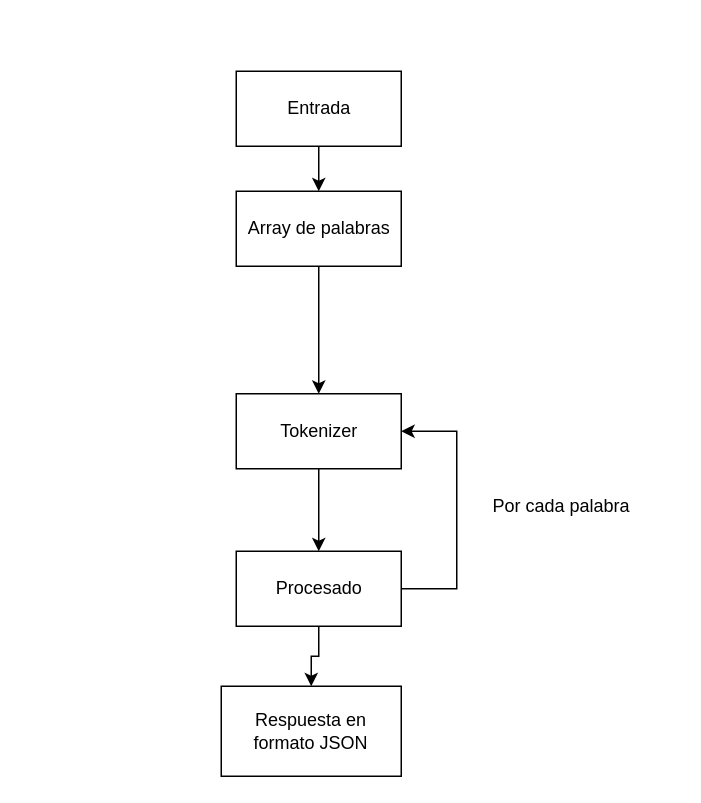
Before: Documentación/Imagenes/Bitmap/Diagramas/caracPala.drawio in NILGroup/TFG-1819-PictoTexto, a draw.io diagram. Source tidied: cells renumbered, new cells numbered last; positions are measured from the earlier drawing's top-left corner, leaving out a move shared by most shapes. Both pictures are drawn from the tidied source at 150%, with x=0, y=0 at pixel (220, 70).
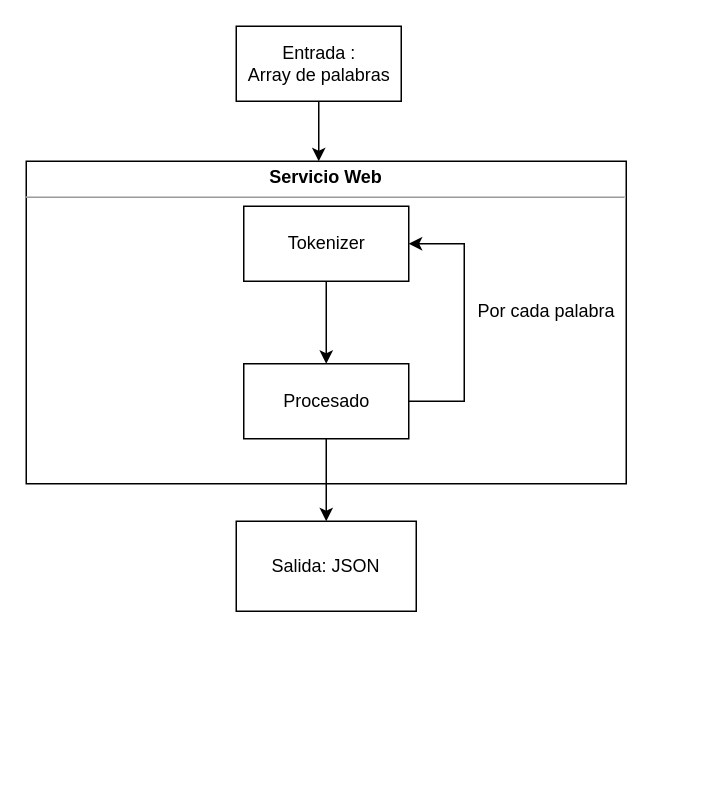
After the change.

Commit message (it also covers changes not shown here):
Diagrams changes and introduction, arquitecture chapters

What changed in the source:
```diff
@@
 <mxGraphModel>
   <root>
     <mxCell id="0" />
     <mxCell id="1" parent="0" />
-    <mxCell id="2" style="edgeStyle=orthogonalEdgeStyle;rounded=0;jettySize=auto;html=1;entryX=0.5;entryY=0;entryDx=0;entryDy=0;" parent="1" edge="1" source="3" target="5">
-      <mxGeometry relative="1" as="geometry" />
+    <mxCell id="2" style="edgeStyle=orthogonalEdgeStyle;rounded=0;jettySize=auto;html=1;" parent="1" edge="1" source="3">
+      <mxGeometry relative="1" as="geometry">
+        <mxPoint x="65" y="60" as="targetPoint" />
+      </mxGeometry>
     </mxCell>
-    <mxCell id="3" value="Entrada&lt;br&gt;" style="html=1;" parent="1" vertex="1">
-      <mxGeometry x="10" width="110" height="50" as="geometry" />
+    <mxCell id="3" value="Entrada :&lt;br&gt;Array de palabras&lt;br&gt;" style="html=1;" parent="1" vertex="1">
+      <mxGeometry x="10" y="-30" width="110" height="50" as="geometry" />
     </mxCell>
-    <mxCell id="4" style="edgeStyle=orthogonalEdgeStyle;rounded=0;jettySize=auto;html=1;" parent="1" edge="1" source="5" target="7">
-      <mxGeometry relative="1" as="geometry" />
-    </mxCell>
-    <mxCell id="5" value="Array de palabras" style="html=1;" parent="1" vertex="1">
-      <mxGeometry x="10" y="80" width="110" height="50" as="geometry" />
-    </mxCell>
-    <mxCell id="6" value="Respuesta en formato JSON" style="rounded=0;whiteSpace=wrap;html=1;" parent="1" vertex="1">
-      <mxGeometry y="410" width="120" height="60" as="geometry" />
+    <mxCell id="6" value="Salida: JSON" style="rounded=0;whiteSpace=wrap;html=1;" parent="1" vertex="1">
+      <mxGeometry x="10" y="300" width="120" height="60" as="geometry" />
     </mxCell>
     <mxCell id="7" value="Tokenizer&lt;br&gt;" style="html=1;" parent="1" vertex="1">
-      <mxGeometry x="10" y="215" width="110" height="50" as="geometry" />
+      <mxGeometry x="15" y="90" width="110" height="50" as="geometry" />
     </mxCell>
     <mxCell id="8" style="edgeStyle=orthogonalEdgeStyle;rounded=0;jettySize=auto;html=1;exitX=0.5;exitY=1;exitDx=0;exitDy=0;entryX=0.5;entryY=0;entryDx=0;entryDy=0;" parent="1" edge="1" source="10" target="6">
       <mxGeometry relative="1" as="geometry" />
     </mxCell>
     <mxCell id="9" style="edgeStyle=orthogonalEdgeStyle;rounded=0;jettySize=auto;html=1;entryX=1;entryY=0.5;entryDx=0;entryDy=0;exitX=1;exitY=0.5;exitDx=0;exitDy=0;" parent="1" edge="1" source="10" target="7">
       <mxGeometry relative="1" as="geometry">
         <Array as="points">
-          <mxPoint x="157" y="345" />
-          <mxPoint x="157" y="240" />
+          <mxPoint x="162" y="220" />
+          <mxPoint x="162" y="115" />
         </Array>
       </mxGeometry>
     </mxCell>
     <mxCell id="10" value="Procesado" style="html=1;" parent="1" vertex="1">
-      <mxGeometry x="10" y="320" width="110" height="50" as="geometry" />
+      <mxGeometry x="15" y="195" width="110" height="50" as="geometry" />
     </mxCell>
     <mxCell id="11" style="edgeStyle=orthogonalEdgeStyle;rounded=0;jettySize=auto;html=1;exitX=0.5;exitY=1;exitDx=0;exitDy=0;entryX=0.5;entryY=0;entryDx=0;entryDy=0;" parent="1" edge="1" source="7" target="10">
       <mxGeometry relative="1" as="geometry" />
     </mxCell>
     <mxCell id="12" value="Por cada palabra" style="text;html=1;strokeColor=none;fillColor=none;align=center;verticalAlign=middle;whiteSpace=wrap;rounded=0;" parent="1" vertex="1">
-      <mxGeometry x="152" y="280" width="150" height="20" as="geometry" />
+      <mxGeometry x="142" y="150" width="150" height="20" as="geometry" />
     </mxCell>
+    <mxCell id="13" value="&lt;p style=&quot;margin: 0px ; margin-top: 4px ; text-align: center&quot;&gt;&lt;b&gt;Servicio Web&lt;/b&gt;&lt;/p&gt;&lt;hr size=&quot;1&quot;&gt;&lt;div style=&quot;height: 2px&quot;&gt;&lt;/div&gt;" style="verticalAlign=top;align=left;overflow=fill;fontSize=12;fontFamily=Helvetica;html=1;fillColor=none;" parent="1" vertex="1">
+      <mxGeometry x="-130" y="60" width="400" height="215" as="geometry" />
+    </mxCell>
   </root>
 </mxGraphModel>
```
